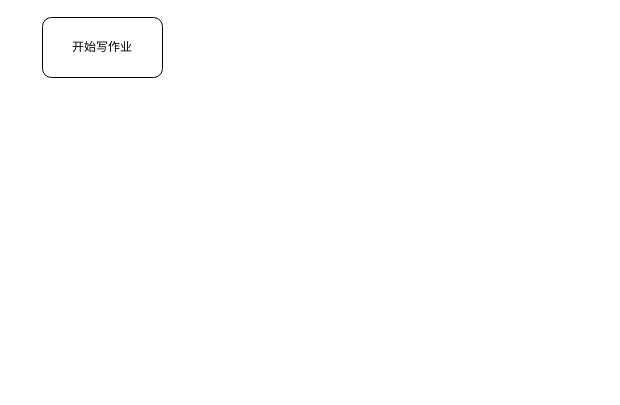
Earlier version of the draw.io diagram U1-L2/2.3.2.drawio (CoopEdu2022-Python/Gary). Source tidied: cells renumbered, new cells numbered last; positions are measured from the earlier drawing's top-left corner, leaving out a move shared by most shapes. Both pictures are drawn from the tidied source at 100%, with x=0, y=0 at pixel (42, 17).
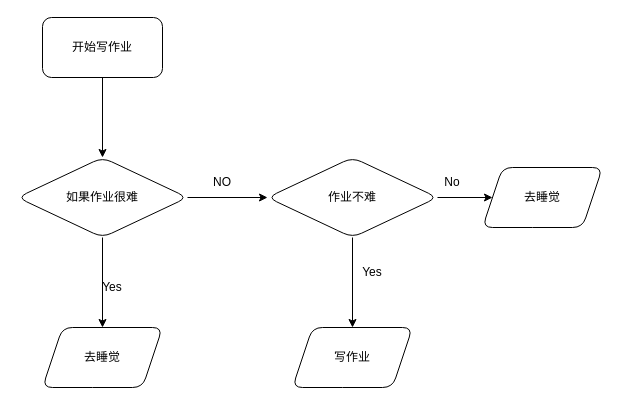
After the change.

Change to the diagram source:
```diff
@@
 <mxGraphModel>
   <root>
     <mxCell id="0" />
     <mxCell id="1" parent="0" />
+    <mxCell id="3" style="edgeStyle=orthogonalEdgeStyle;rounded=0;jettySize=auto;html=1;" parent="1" edge="1" source="2" target="6">
+      <mxGeometry relative="1" as="geometry" />
+    </mxCell>
     <mxCell id="2" value="开始写作业" style="rounded=1;whiteSpace=wrap;html=1;" parent="1" vertex="1">
       <mxGeometry width="120" height="60" as="geometry" />
     </mxCell>
+    <mxCell id="4" style="edgeStyle=orthogonalEdgeStyle;rounded=0;jettySize=auto;html=1;" parent="1" edge="1" source="6" target="7">
+      <mxGeometry relative="1" as="geometry" />
+    </mxCell>
+    <mxCell id="5" style="edgeStyle=orthogonalEdgeStyle;rounded=0;jettySize=auto;html=1;" parent="1" edge="1" source="6" target="10">
+      <mxGeometry relative="1" as="geometry" />
+    </mxCell>
+    <mxCell id="6" value="如果作业很难" style="rhombus;whiteSpace=wrap;html=1;rounded=1;" parent="1" vertex="1">
+      <mxGeometry x="-25" y="140" width="170" height="80" as="geometry" />
+    </mxCell>
+    <mxCell id="7" value="去睡觉" style="shape=parallelogram;perimeter=parallelogramPerimeter;whiteSpace=wrap;html=1;fixedSize=1;rounded=1;" parent="1" vertex="1">
+      <mxGeometry y="310" width="120" height="60" as="geometry" />
+    </mxCell>
+    <mxCell id="8" style="edgeStyle=orthogonalEdgeStyle;rounded=0;jettySize=auto;html=1;" parent="1" edge="1" source="10" target="13">
+      <mxGeometry relative="1" as="geometry" />
+    </mxCell>
+    <mxCell id="9" style="edgeStyle=orthogonalEdgeStyle;rounded=0;jettySize=auto;html=1;" parent="1" edge="1" source="10" target="14">
+      <mxGeometry relative="1" as="geometry" />
+    </mxCell>
+    <mxCell id="10" value="作业不难" style="rhombus;whiteSpace=wrap;html=1;rounded=1;" parent="1" vertex="1">
+      <mxGeometry x="225" y="140" width="170" height="80" as="geometry" />
+    </mxCell>
+    <mxCell id="11" value="NO" style="text;html=1;strokeColor=none;fillColor=none;align=center;verticalAlign=middle;whiteSpace=wrap;rounded=0;" parent="1" vertex="1">
+      <mxGeometry x="150" y="150" width="60" height="30" as="geometry" />
+    </mxCell>
+    <mxCell id="12" value="Yes" style="text;html=1;strokeColor=none;fillColor=none;align=center;verticalAlign=middle;whiteSpace=wrap;rounded=0;" parent="1" vertex="1">
+      <mxGeometry x="40" y="250" width="60" height="40" as="geometry" />
+    </mxCell>
+    <mxCell id="13" value="写作业" style="shape=parallelogram;perimeter=parallelogramPerimeter;whiteSpace=wrap;html=1;fixedSize=1;rounded=1;" parent="1" vertex="1">
+      <mxGeometry x="250" y="310" width="120" height="60" as="geometry" />
+    </mxCell>
+    <mxCell id="14" value="去睡觉" style="shape=parallelogram;perimeter=parallelogramPerimeter;whiteSpace=wrap;html=1;fixedSize=1;rounded=1;" parent="1" vertex="1">
+      <mxGeometry x="440" y="150" width="120" height="60" as="geometry" />
+    </mxCell>
+    <mxCell id="15" value="Yes" style="text;html=1;strokeColor=none;fillColor=none;align=center;verticalAlign=middle;whiteSpace=wrap;rounded=0;" parent="1" vertex="1">
+      <mxGeometry x="300" y="240" width="60" height="30" as="geometry" />
+    </mxCell>
+    <mxCell id="16" value="No" style="text;html=1;strokeColor=none;fillColor=none;align=center;verticalAlign=middle;whiteSpace=wrap;rounded=0;" parent="1" vertex="1">
+      <mxGeometry x="380" y="150" width="60" height="30" as="geometry" />
+    </mxCell>
   </root>
 </mxGraphModel>
```
